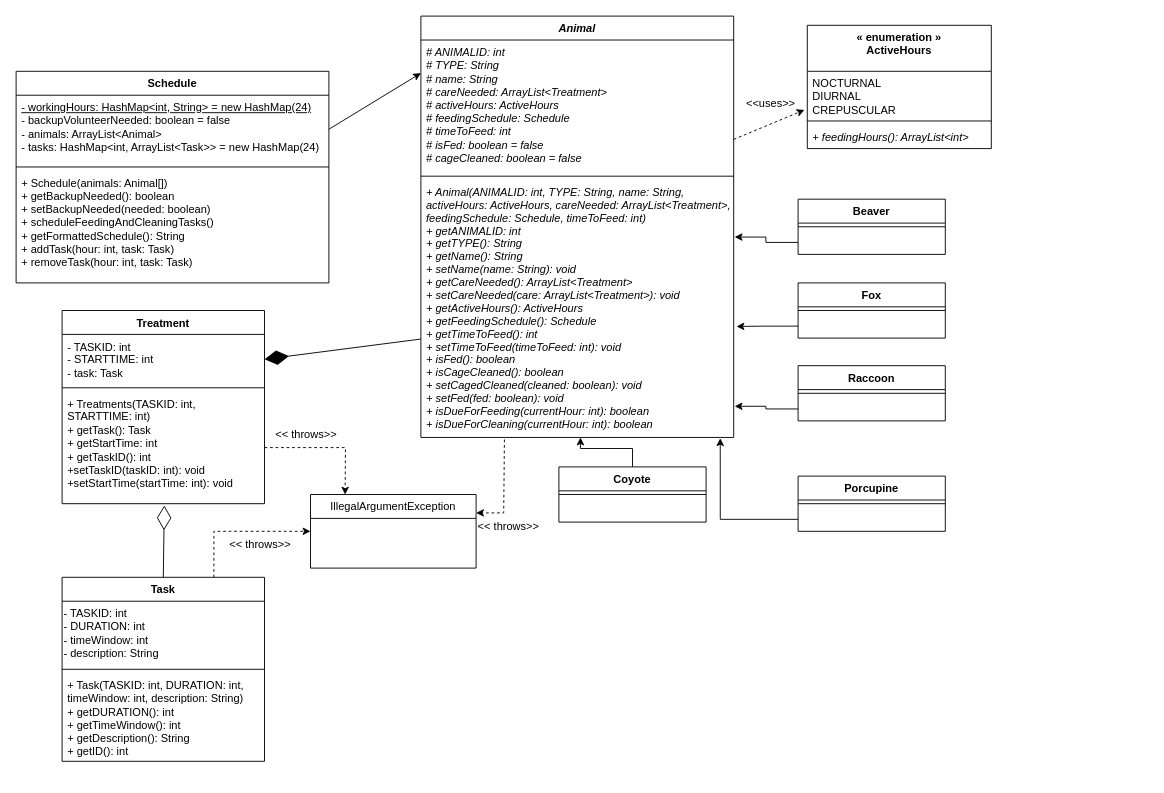
This is 64.drawio from aryan-karadia/Mock-Schedule-Builder, a draw.io file, before an edit. Source tidied: cells renumbered, new cells numbered last; positions are measured from the earlier drawing's top-left corner, leaving out a move shared by most shapes. Both pictures are drawn from the tidied source at 92%, with x=0, y=0 at pixel (16, 16).
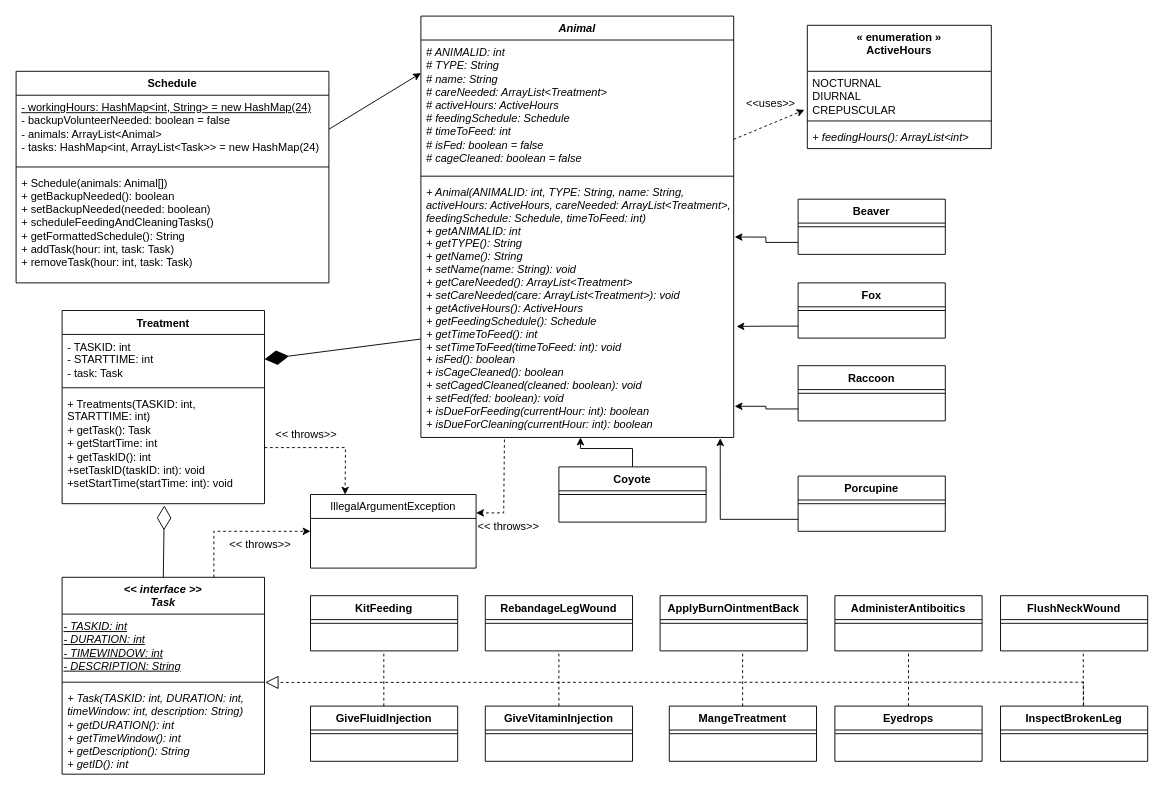
After the change.

Commit message:
Turning Task into an interface

Diff of the diagram source:
```diff
@@
-    <mxCell id="10" value="Task" style="swimlane;fontStyle=1;align=center;verticalAlign=top;horizontal=1;startSize=26;whiteSpace=wrap;html=1;" parent="1" vertex="1">
-      <mxGeometry x="50" y="610" width="220" height="200" as="geometry" />
+    <mxCell id="10" value="&amp;lt;&amp;lt; interface &amp;gt;&amp;gt;&lt;br&gt;Task" style="swimlane;fontStyle=3;align=center;verticalAlign=top;horizontal=1;startSize=40;whiteSpace=wrap;html=1;" parent="1" vertex="1">
+      <mxGeometry x="50" y="610" width="220" height="214" as="geometry" />
     </mxCell>
-    <mxCell id="11" value="&lt;div style=&quot;&quot;&gt;&lt;span style=&quot;background-color: initial;&quot;&gt;- TASKID: int&lt;/span&gt;&lt;/div&gt;&lt;div style=&quot;&quot;&gt;&lt;span style=&quot;background-color: initial;&quot;&gt;- DURATION: int&lt;/span&gt;&lt;/div&gt;&lt;div style=&quot;&quot;&gt;&lt;span style=&quot;background-color: initial;&quot;&gt;- timeWindow: int&lt;/span&gt;&lt;/div&gt;&lt;div style=&quot;&quot;&gt;&lt;span style=&quot;background-color: initial;&quot;&gt;- description: String&lt;/span&gt;&lt;/div&gt;" style="text;html=1;align=left;verticalAlign=middle;points=[];strokeColor=none;fillColor=none;" parent="10" vertex="1">
-      <mxGeometry y="26" width="220" height="70" as="geometry" />
+    <mxCell id="11" value="&lt;div style=&quot;&quot;&gt;&lt;span style=&quot;background-color: initial;&quot;&gt;&lt;u&gt;- TASKID: int&lt;/u&gt;&lt;/span&gt;&lt;/div&gt;&lt;div style=&quot;&quot;&gt;&lt;span style=&quot;background-color: initial;&quot;&gt;&lt;u&gt;- DURATION: int&lt;/u&gt;&lt;/span&gt;&lt;/div&gt;&lt;div style=&quot;&quot;&gt;&lt;span style=&quot;background-color: initial;&quot;&gt;&lt;u&gt;- TIMEWINDOW: int&lt;/u&gt;&lt;/span&gt;&lt;/div&gt;&lt;div style=&quot;&quot;&gt;&lt;span style=&quot;background-color: initial;&quot;&gt;&lt;u&gt;- DESCRIPTION: String&lt;/u&gt;&lt;/span&gt;&lt;/div&gt;" style="text;html=1;align=left;verticalAlign=middle;points=[];strokeColor=none;fillColor=none;fontStyle=2;" parent="10" vertex="1">
+      <mxGeometry y="40" width="220" height="70" as="geometry" />
     </mxCell>
     <mxCell id="12" style="line;strokeWidth=1;fillColor=none;align=left;verticalAlign=middle;spacingTop=-1;spacingLeft=3;spacingRight=3;labelPosition=right;strokeColor=inherit;" parent="10" vertex="1">
-      <mxGeometry y="96" width="220" height="8" as="geometry" />
+      <mxGeometry y="110" width="220" height="8" as="geometry" />
     </mxCell>
-    <mxCell id="13" value="+ Task(TASKID: int, DURATION: int, timeWindow: int, description: String)&lt;br&gt;+ getDURATION(): int&lt;br&gt;+ getTimeWindow(): int&lt;br&gt;+ getDescription(): String&lt;br&gt;+ getID(): int" style="text;strokeColor=none;fillColor=none;align=left;verticalAlign=top;spacingLeft=4;spacingRight=4;overflow=hidden;whiteSpace=wrap;html=1;" parent="10" vertex="1">
-      <mxGeometry y="104" width="220" height="96" as="geometry" />
+    <mxCell id="13" value="+ Task(TASKID: int, DURATION: int, timeWindow: int, description: String)&lt;br&gt;+ getDURATION(): int&lt;br&gt;+ getTimeWindow(): int&lt;br&gt;+ getDescription(): String&lt;br&gt;+ getID(): int" style="text;strokeColor=none;fillColor=none;align=left;verticalAlign=top;spacingLeft=4;spacingRight=4;overflow=hidden;whiteSpace=wrap;html=1;fontStyle=2;" parent="10" vertex="1">
+      <mxGeometry y="118" width="220" height="96" as="geometry" />
     </mxCell>
@@
+    <mxCell id="54" value="KitFeeding" style="swimlane;fontStyle=1;align=center;verticalAlign=top;horizontal=1;startSize=26;whiteSpace=wrap;html=1;" parent="1" vertex="1">
+      <mxGeometry x="320" y="630" width="160" height="60" as="geometry" />
+    </mxCell>
+    <mxCell id="55" style="line;strokeWidth=1;fillColor=none;align=left;verticalAlign=middle;spacingTop=-1;spacingLeft=3;spacingRight=3;labelPosition=right;strokeColor=inherit;" parent="54" vertex="1">
+      <mxGeometry y="26" width="160" height="8" as="geometry" />
+    </mxCell>
+    <mxCell id="56" value="&lt;br&gt;&lt;br&gt;" style="text;strokeColor=none;fillColor=none;align=left;verticalAlign=top;spacingLeft=4;spacingRight=4;overflow=hidden;whiteSpace=wrap;html=1;" parent="54" vertex="1">
+      <mxGeometry y="34" width="160" height="26" as="geometry" />
+    </mxCell>
+    <mxCell id="57" value="RebandageLegWound" style="swimlane;fontStyle=1;align=center;verticalAlign=top;horizontal=1;startSize=26;whiteSpace=wrap;html=1;" parent="1" vertex="1">
+      <mxGeometry x="510" y="630" width="160" height="60" as="geometry" />
+    </mxCell>
+    <mxCell id="58" style="line;strokeWidth=1;fillColor=none;align=left;verticalAlign=middle;spacingTop=-1;spacingLeft=3;spacingRight=3;labelPosition=right;strokeColor=inherit;" parent="57" vertex="1">
+      <mxGeometry y="26" width="160" height="8" as="geometry" />
+    </mxCell>
+    <mxCell id="59" value="&lt;br&gt;&lt;br&gt;" style="text;strokeColor=none;fillColor=none;align=left;verticalAlign=top;spacingLeft=4;spacingRight=4;overflow=hidden;whiteSpace=wrap;html=1;" parent="57" vertex="1">
+      <mxGeometry y="34" width="160" height="26" as="geometry" />
+    </mxCell>
+    <mxCell id="60" value="ApplyBurnOintmentBack" style="swimlane;fontStyle=1;align=center;verticalAlign=top;horizontal=1;startSize=26;whiteSpace=wrap;html=1;" parent="1" vertex="1">
+      <mxGeometry x="700" y="630" width="160" height="60" as="geometry" />
+    </mxCell>
+    <mxCell id="61" style="line;strokeWidth=1;fillColor=none;align=left;verticalAlign=middle;spacingTop=-1;spacingLeft=3;spacingRight=3;labelPosition=right;strokeColor=inherit;" parent="60" vertex="1">
+      <mxGeometry y="26" width="160" height="8" as="geometry" />
+    </mxCell>
+    <mxCell id="62" value="&lt;br&gt;&lt;br&gt;" style="text;strokeColor=none;fillColor=none;align=left;verticalAlign=top;spacingLeft=4;spacingRight=4;overflow=hidden;whiteSpace=wrap;html=1;" parent="60" vertex="1">
+      <mxGeometry y="34" width="160" height="26" as="geometry" />
+    </mxCell>
+    <mxCell id="63" value="AdministerAntiboitics" style="swimlane;fontStyle=1;align=center;verticalAlign=top;horizontal=1;startSize=26;whiteSpace=wrap;html=1;" parent="1" vertex="1">
+      <mxGeometry x="890" y="630" width="160" height="60" as="geometry" />
+    </mxCell>
+    <mxCell id="64" style="line;strokeWidth=1;fillColor=none;align=left;verticalAlign=middle;spacingTop=-1;spacingLeft=3;spacingRight=3;labelPosition=right;strokeColor=inherit;" parent="63" vertex="1">
+      <mxGeometry y="26" width="160" height="8" as="geometry" />
+    </mxCell>
+    <mxCell id="65" value="&lt;br&gt;&lt;br&gt;" style="text;strokeColor=none;fillColor=none;align=left;verticalAlign=top;spacingLeft=4;spacingRight=4;overflow=hidden;points=[[0,0.5],[1,0.5]];portConstraint=eastwest;whiteSpace=wrap;html=1;" parent="63" vertex="1">
+      <mxGeometry y="34" width="160" height="26" as="geometry" />
+    </mxCell>
+    <mxCell id="66" value="FlushNeckWound" style="swimlane;fontStyle=1;align=center;verticalAlign=top;horizontal=1;startSize=26;whiteSpace=wrap;html=1;" parent="1" vertex="1">
+      <mxGeometry x="1070" y="630" width="160" height="60" as="geometry" />
+    </mxCell>
+    <mxCell id="67" style="line;strokeWidth=1;fillColor=none;align=left;verticalAlign=middle;spacingTop=-1;spacingLeft=3;spacingRight=3;labelPosition=right;strokeColor=inherit;" parent="66" vertex="1">
+      <mxGeometry y="26" width="160" height="8" as="geometry" />
+    </mxCell>
+    <mxCell id="68" value="&lt;br&gt;&lt;br&gt;" style="text;strokeColor=none;fillColor=none;align=left;verticalAlign=top;spacingLeft=4;spacingRight=4;overflow=hidden;whiteSpace=wrap;html=1;" parent="66" vertex="1">
+      <mxGeometry y="34" width="160" height="26" as="geometry" />
+    </mxCell>
+    <mxCell id="69" value="GiveFluidInjection" style="swimlane;fontStyle=1;align=center;verticalAlign=top;horizontal=1;startSize=26;whiteSpace=wrap;html=1;" parent="1" vertex="1">
+      <mxGeometry x="320" y="750" width="160" height="60" as="geometry" />
+    </mxCell>
+    <mxCell id="70" style="line;strokeWidth=1;fillColor=none;align=left;verticalAlign=middle;spacingTop=-1;spacingLeft=3;spacingRight=3;labelPosition=right;strokeColor=inherit;" parent="69" vertex="1">
+      <mxGeometry y="26" width="160" height="8" as="geometry" />
+    </mxCell>
+    <mxCell id="71" value="&lt;br&gt;&lt;br&gt;" style="text;strokeColor=none;fillColor=none;align=left;verticalAlign=top;spacingLeft=4;spacingRight=4;overflow=hidden;whiteSpace=wrap;html=1;" parent="69" vertex="1">
+      <mxGeometry y="34" width="160" height="26" as="geometry" />
+    </mxCell>
+    <mxCell id="72" value="GiveVitaminInjection" style="swimlane;fontStyle=1;align=center;verticalAlign=top;horizontal=1;startSize=26;whiteSpace=wrap;html=1;" parent="1" vertex="1">
+      <mxGeometry x="510" y="750" width="160" height="60" as="geometry" />
+    </mxCell>
+    <mxCell id="73" style="line;strokeWidth=1;fillColor=none;align=left;verticalAlign=middle;spacingTop=-1;spacingLeft=3;spacingRight=3;labelPosition=right;strokeColor=inherit;" parent="72" vertex="1">
+      <mxGeometry y="26" width="160" height="8" as="geometry" />
+    </mxCell>
+    <mxCell id="74" value="&lt;br&gt;&lt;br&gt;" style="text;strokeColor=none;fillColor=none;align=left;verticalAlign=top;spacingLeft=4;spacingRight=4;overflow=hidden;whiteSpace=wrap;html=1;" parent="72" vertex="1">
+      <mxGeometry y="34" width="160" height="26" as="geometry" />
+    </mxCell>
+    <mxCell id="75" value="MangeTreatment" style="swimlane;fontStyle=1;align=center;verticalAlign=top;horizontal=1;startSize=26;whiteSpace=wrap;html=1;" parent="1" vertex="1">
+      <mxGeometry x="710" y="750" width="160" height="60" as="geometry" />
+    </mxCell>
+    <mxCell id="76" style="line;strokeWidth=1;fillColor=none;align=left;verticalAlign=middle;spacingTop=-1;spacingLeft=3;spacingRight=3;labelPosition=right;strokeColor=inherit;" parent="75" vertex="1">
+      <mxGeometry y="26" width="160" height="8" as="geometry" />
+    </mxCell>
+    <mxCell id="77" value="&lt;br&gt;&lt;br&gt;" style="text;strokeColor=none;fillColor=none;align=left;verticalAlign=top;spacingLeft=4;spacingRight=4;overflow=hidden;whiteSpace=wrap;html=1;" parent="75" vertex="1">
+      <mxGeometry y="34" width="160" height="26" as="geometry" />
+    </mxCell>
+    <mxCell id="78" value="Eyedrops" style="swimlane;fontStyle=1;align=center;verticalAlign=top;horizontal=1;startSize=26;whiteSpace=wrap;html=1;" parent="1" vertex="1">
+      <mxGeometry x="890" y="750" width="160" height="60" as="geometry" />
+    </mxCell>
+    <mxCell id="79" style="line;strokeWidth=1;fillColor=none;align=left;verticalAlign=middle;spacingTop=-1;spacingLeft=3;spacingRight=3;labelPosition=right;strokeColor=inherit;" parent="78" vertex="1">
+      <mxGeometry y="26" width="160" height="8" as="geometry" />
+    </mxCell>
+    <mxCell id="80" value="&lt;br&gt;&lt;br&gt;" style="text;strokeColor=none;fillColor=none;align=left;verticalAlign=top;spacingLeft=4;spacingRight=4;overflow=hidden;whiteSpace=wrap;html=1;" parent="78" vertex="1">
+      <mxGeometry y="34" width="160" height="26" as="geometry" />
+    </mxCell>
+    <mxCell id="81" value="InspectBrokenLeg" style="swimlane;fontStyle=1;align=center;verticalAlign=top;horizontal=1;startSize=26;whiteSpace=wrap;html=1;" parent="1" vertex="1">
+      <mxGeometry x="1070" y="750" width="160" height="60" as="geometry" />
+    </mxCell>
+    <mxCell id="82" style="line;strokeWidth=1;fillColor=none;align=left;verticalAlign=middle;spacingTop=-1;spacingLeft=3;spacingRight=3;labelPosition=right;strokeColor=inherit;" parent="81" vertex="1">
+      <mxGeometry y="26" width="160" height="8" as="geometry" />
+    </mxCell>
+    <mxCell id="83" value="&lt;br&gt;&lt;br&gt;" style="text;strokeColor=none;fillColor=none;align=left;verticalAlign=top;spacingLeft=4;spacingRight=4;overflow=hidden;whiteSpace=wrap;html=1;" parent="81" vertex="1">
+      <mxGeometry y="34" width="160" height="26" as="geometry" />
+    </mxCell>
+    <mxCell id="84" style="endArrow=block;dashed=1;endFill=0;endSize=12;html=1;rounded=0;entryX=1.003;entryY=1.061;entryDx=0;entryDy=0;entryPerimeter=0;exitX=0.565;exitY=-0.027;exitDx=0;exitDy=0;exitPerimeter=0;" parent="1" edge="1" source="81" target="11">
+      <mxGeometry relative="1" as="geometry">
+        <Array as="points">
+          <mxPoint x="1160" y="724" />
+        </Array>
+      </mxGeometry>
+    </mxCell>
+    <mxCell id="85" style="endArrow=none;dashed=1;html=1;rounded=0;exitX=0.5;exitY=0;exitDx=0;exitDy=0;entryX=0.5;entryY=0.991;entryDx=0;entryDy=0;entryPerimeter=0;" parent="1" edge="1" source="78" target="65">
+      <mxGeometry relative="1" as="geometry" />
+    </mxCell>
+    <mxCell id="86" style="endArrow=none;dashed=1;html=1;rounded=0;exitX=0.5;exitY=0;exitDx=0;exitDy=0;entryX=0.5;entryY=0.991;entryDx=0;entryDy=0;entryPerimeter=0;" parent="1" edge="1">
+      <mxGeometry relative="1" as="geometry">
+        <mxPoint x="789.7" y="750" as="sourcePoint" />
+        <mxPoint x="789.7" y="690" as="targetPoint" />
+      </mxGeometry>
+    </mxCell>
+    <mxCell id="87" style="endArrow=none;dashed=1;html=1;rounded=0;exitX=0.5;exitY=0;exitDx=0;exitDy=0;entryX=0.5;entryY=0.991;entryDx=0;entryDy=0;entryPerimeter=0;" parent="1" edge="1">
+      <mxGeometry relative="1" as="geometry">
+        <mxPoint x="590" y="750" as="sourcePoint" />
+        <mxPoint x="590" y="690" as="targetPoint" />
+      </mxGeometry>
+    </mxCell>
+    <mxCell id="88" style="endArrow=none;dashed=1;html=1;rounded=0;exitX=0.5;exitY=0;exitDx=0;exitDy=0;entryX=0.5;entryY=0.991;entryDx=0;entryDy=0;entryPerimeter=0;" parent="1" edge="1">
+      <mxGeometry relative="1" as="geometry">
+        <mxPoint x="399.7" y="750" as="sourcePoint" />
+        <mxPoint x="399.7" y="690" as="targetPoint" />
+      </mxGeometry>
+    </mxCell>
+    <mxCell id="89" style="endArrow=none;dashed=1;html=1;rounded=0;exitX=0.5;exitY=0;exitDx=0;exitDy=0;entryX=0.5;entryY=0.991;entryDx=0;entryDy=0;entryPerimeter=0;" parent="1" edge="1">
+      <mxGeometry relative="1" as="geometry">
+        <mxPoint x="1160" y="750" as="sourcePoint" />
+        <mxPoint x="1160" y="690" as="targetPoint" />
+      </mxGeometry>
+    </mxCell>
```
